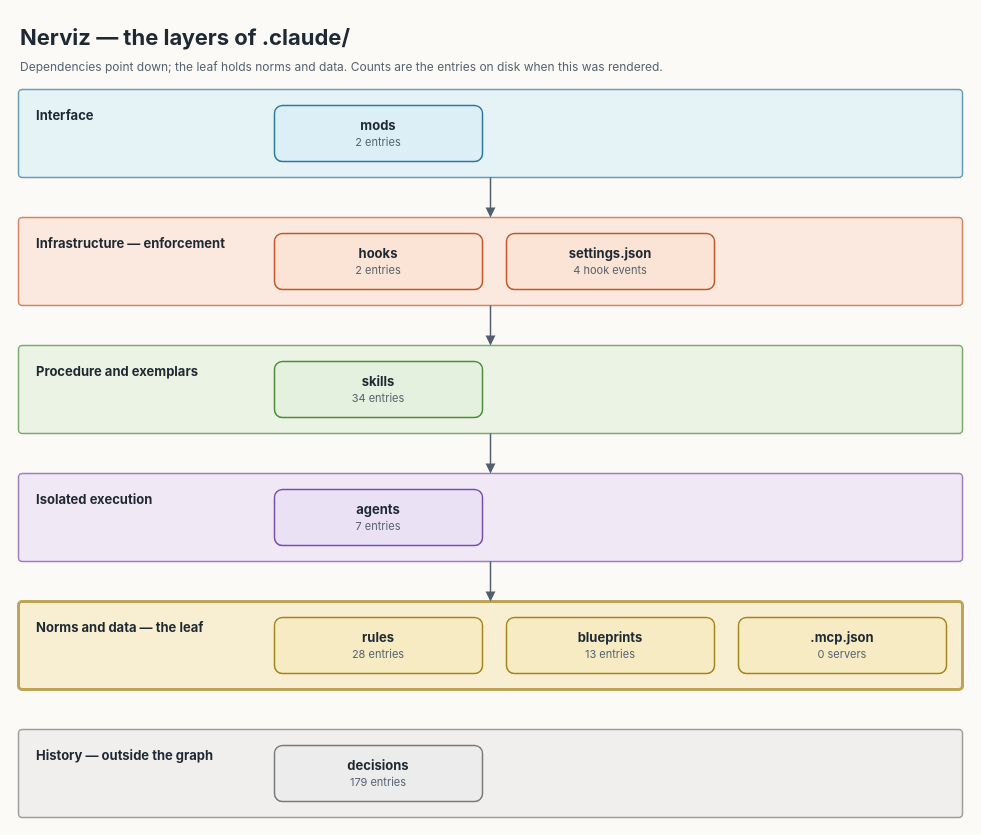
Above: docs/diagrams/layers/layers.drawio in nerviz-ai/nerviz (draw.io), before the change. Source tidied: cells renumbered, new cells numbered last; positions are measured from the earlier drawing's top-left corner, leaving out a move shared by most shapes. Both pictures are drawn from the tidied source at 100%, with x=0, y=0 at pixel (18, 17).
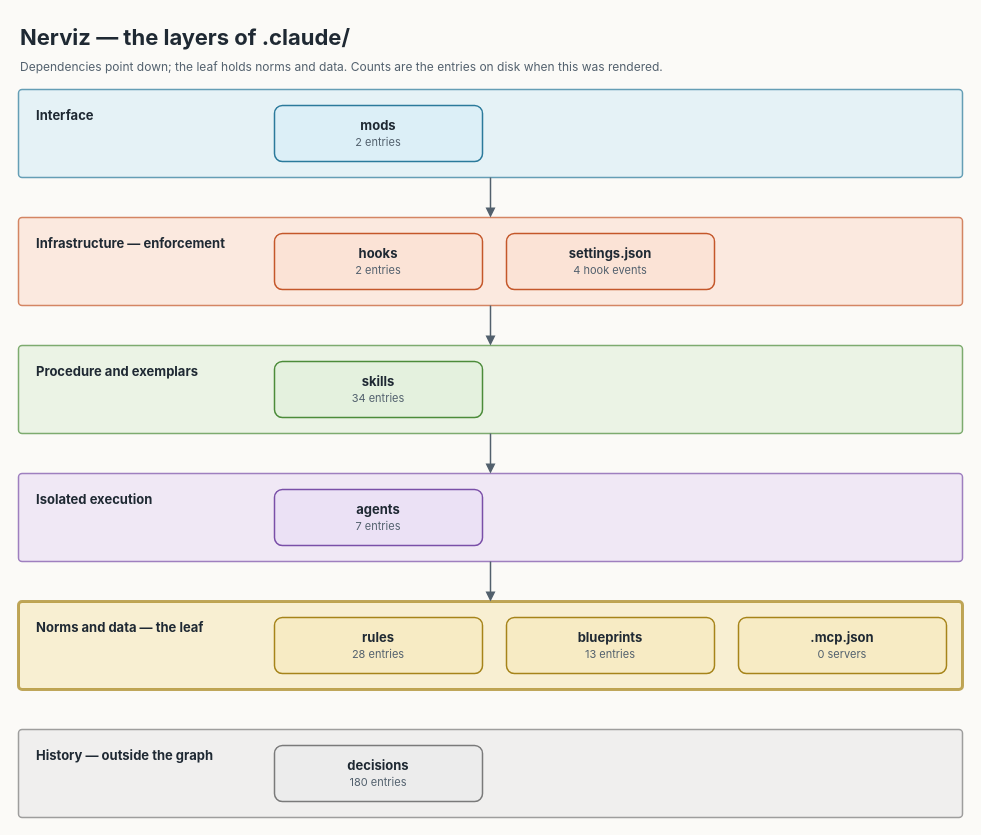
After the change.

Diff of the diagram source:
```diff
@@
-    <mxCell id="17" value="&lt;b&gt;decisions&lt;/b&gt;&lt;br/&gt;&lt;font style=&quot;font-size:11px&quot; color=&quot;#52606D&quot;&gt;179 entries&lt;/font&gt;" style="rounded=1;arcSize=14;html=1;whiteSpace=wrap;fontSize=13;fontFamily=Inter;fontColor=#1F2933;fillColor=#ECECEC;strokeColor=#7A7A7A;strokeWidth=1.5;" parent="1" vertex="1">
+    <mxCell id="17" value="&lt;b&gt;decisions&lt;/b&gt;&lt;br/&gt;&lt;font style=&quot;font-size:11px&quot; color=&quot;#52606D&quot;&gt;180 entries&lt;/font&gt;" style="rounded=1;arcSize=14;html=1;whiteSpace=wrap;fontSize=13;fontFamily=Inter;fontColor=#1F2933;fillColor=#ECECEC;strokeColor=#7A7A7A;strokeWidth=1.5;" parent="1" vertex="1">
       <mxGeometry x="256" y="728" width="208" height="56" as="geometry" />
     </mxCell>
```
